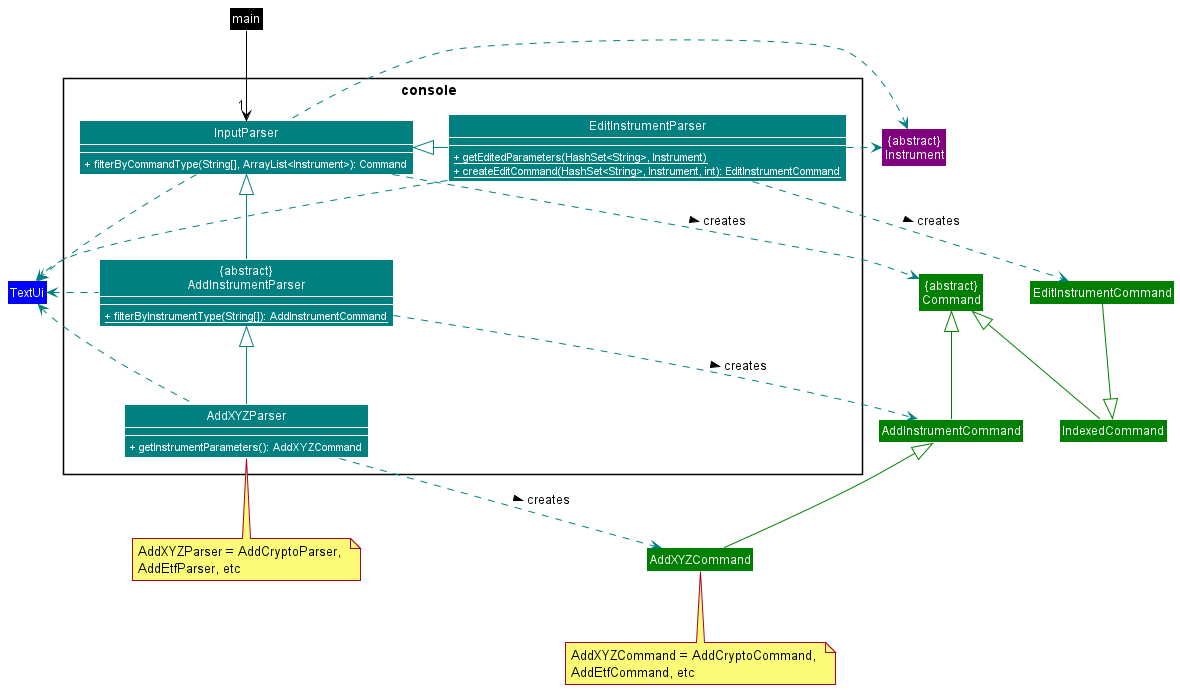
williamlamjy/mTracker keeps this PlantUML diagram as docs/images/ConsoleDiagram.png. Above is the earlier version.
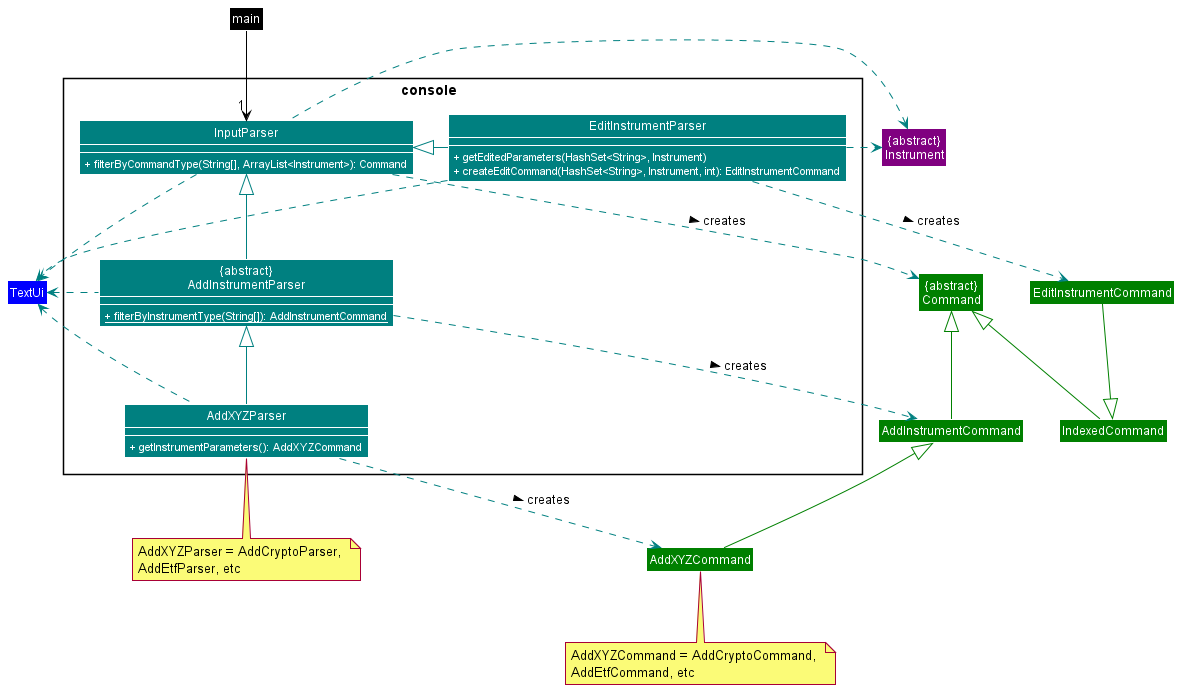
After the change.

Commit message:
Update console diagram

Diff of the diagram source:
```diff
@@ -14,8 +14,8 @@
         <color:WHITE>+ getInstrumentParameters(): AddXYZCommand</color>
     }
     Class EditInstrumentParser COLOR_CONSOLE {
-        <color:WHITE>+ {static} getEditedParameters(HashSet<String>, Instrument)</color>
-        <color:WHITE>+ {static} createEditCommand(HashSet<String>, Instrument, int): EditInstrumentCommand</color>
+        <color:WHITE>+ getEditedParameters(HashSet<String>, Instrument)</color>
+        <color:WHITE>+ createEditCommand(HashSet<String>, Instrument, int): EditInstrumentCommand</color>
     }
 }
 
```
